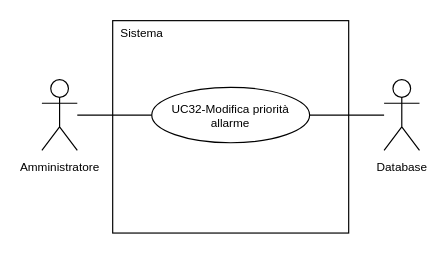
SnakeByteTeam/snakebyteteam.github.io keeps this draw.io diagram as 2-RTB/Documenti_esterni/Analisi_dei_requisiti/draw.io/UC32.drawio. Above is the earlier version. Source tidied: cells renumbered, new cells numbered last; positions are measured from the earlier drawing's top-left corner, leaving out a move shared by most shapes. Both pictures are drawn from the tidied source at 118%, with x=0, y=0 at pixel (41, 20).
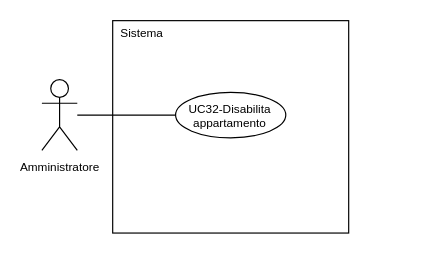
Above is the later version.

Change to the diagram source:
```diff
@@
 <mxGraphModel>
   <root>
     <mxCell id="0" />
     <mxCell id="1" parent="0" />
     <mxCell id="2" value="&lt;font style=&quot;font-size: 10px; line-height: 100%;&quot;&gt;Amministratore&lt;/font&gt;" style="shape=umlActor;verticalLabelPosition=bottom;verticalAlign=top;html=1;outlineConnect=0;" parent="1" vertex="1">
       <mxGeometry y="50" width="30" height="60" as="geometry" />
     </mxCell>
     <mxCell id="3" style="rounded=0;whiteSpace=wrap;html=1;" parent="1" vertex="1">
       <mxGeometry x="60" width="200" height="180" as="geometry" />
     </mxCell>
     <mxCell id="4" style="edgeStyle=orthogonalEdgeStyle;rounded=0;jettySize=auto;html=1;exitX=0;exitY=0.5;exitDx=0;exitDy=0;endArrow=none;endFill=0;" parent="1" edge="1" source="5" target="2">
       <mxGeometry relative="1" as="geometry" />
     </mxCell>
-    <mxCell id="5" value="&lt;div style=&quot;line-height: 100%;&quot;&gt;&lt;font style=&quot;line-height: 100%; font-size: 10px;&quot;&gt;UC32-Modifica priorità allarme&lt;br&gt;&lt;/font&gt;&lt;/div&gt;" style="ellipse;whiteSpace=wrap;html=1;" parent="1" vertex="1">
-      <mxGeometry x="93.1" y="56.5" width="133.8" height="47" as="geometry" />
+    <mxCell id="5" value="&lt;div style=&quot;line-height: 100%;&quot;&gt;&lt;font style=&quot;line-height: 100%; font-size: 10px;&quot;&gt;UC32-Disabilita&lt;br&gt;&lt;/font&gt;&lt;/div&gt;&lt;div style=&quot;line-height: 100%;&quot;&gt;&lt;font style=&quot;line-height: 100%; font-size: 10px;&quot;&gt;appartamento&lt;/font&gt;&lt;/div&gt;" style="ellipse;whiteSpace=wrap;html=1;" parent="1" vertex="1">
+      <mxGeometry x="113.3" y="60.8" width="93.4" height="38.5" as="geometry" />
     </mxCell>
     <mxCell id="6" value="&lt;font style=&quot;font-size: 10px;&quot;&gt;Sistema&lt;/font&gt;" style="text;html=1;whiteSpace=wrap;strokeColor=none;fillColor=none;align=center;verticalAlign=middle;rounded=0;" parent="1" vertex="1">
       <mxGeometry x="60" width="50" height="20" as="geometry" />
     </mxCell>
-    <mxCell id="7" style="edgeStyle=orthogonalEdgeStyle;rounded=0;jettySize=auto;html=1;endArrow=none;endFill=0;" parent="1" edge="1" source="8" target="5">
-      <mxGeometry relative="1" as="geometry" />
-    </mxCell>
-    <mxCell id="8" value="&lt;span style=&quot;font-size: 10px;&quot;&gt;Database&lt;/span&gt;" style="shape=umlActor;verticalLabelPosition=bottom;verticalAlign=top;html=1;outlineConnect=0;" parent="1" vertex="1">
-      <mxGeometry x="290" y="50" width="30" height="60" as="geometry" />
-    </mxCell>
   </root>
 </mxGraphModel>
```
